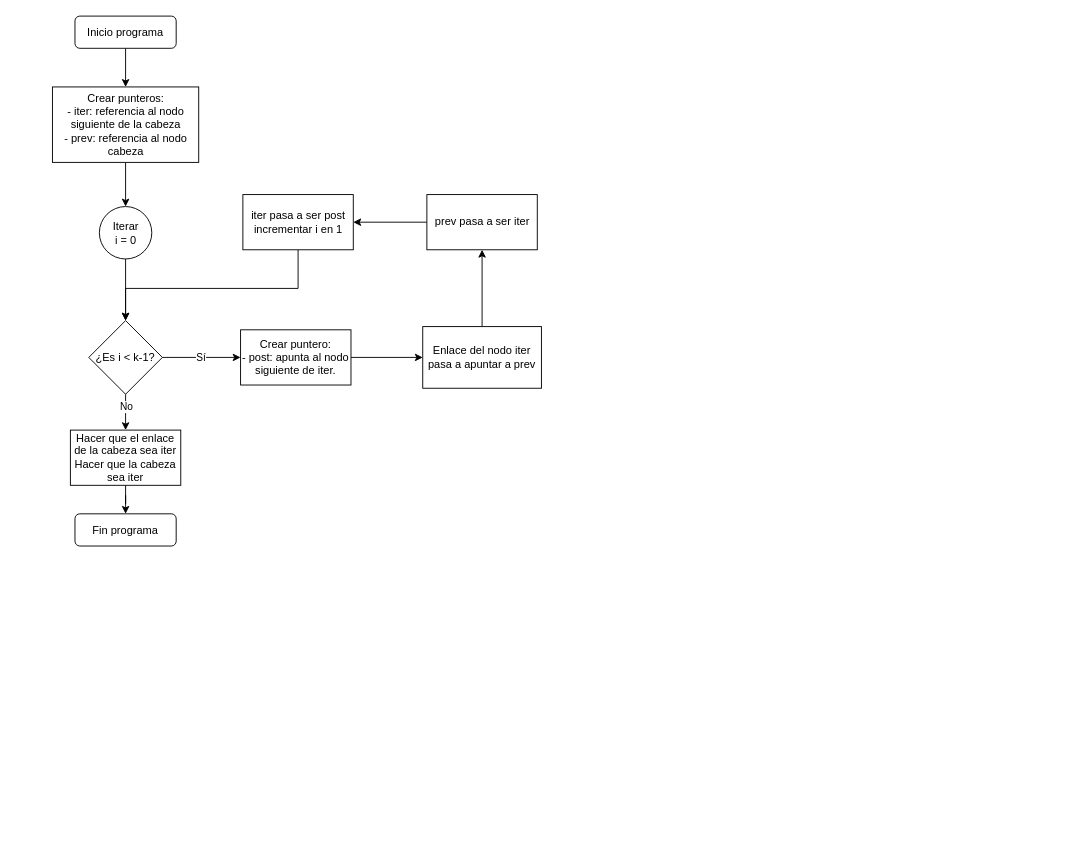
Before: Sesiones/Sesion2/Presentaciones/Lud/DiagramaDeFlujo.drawio in ProgramacionCompetitivaUTADEO/CanalYT, a draw.io diagram. Source tidied: cells renumbered, new cells numbered last; positions are measured from the earlier drawing's top-left corner, leaving out a move shared by most shapes. Both pictures are drawn from the tidied source at 92%, with x=0, y=0 at pixel (52, 16).
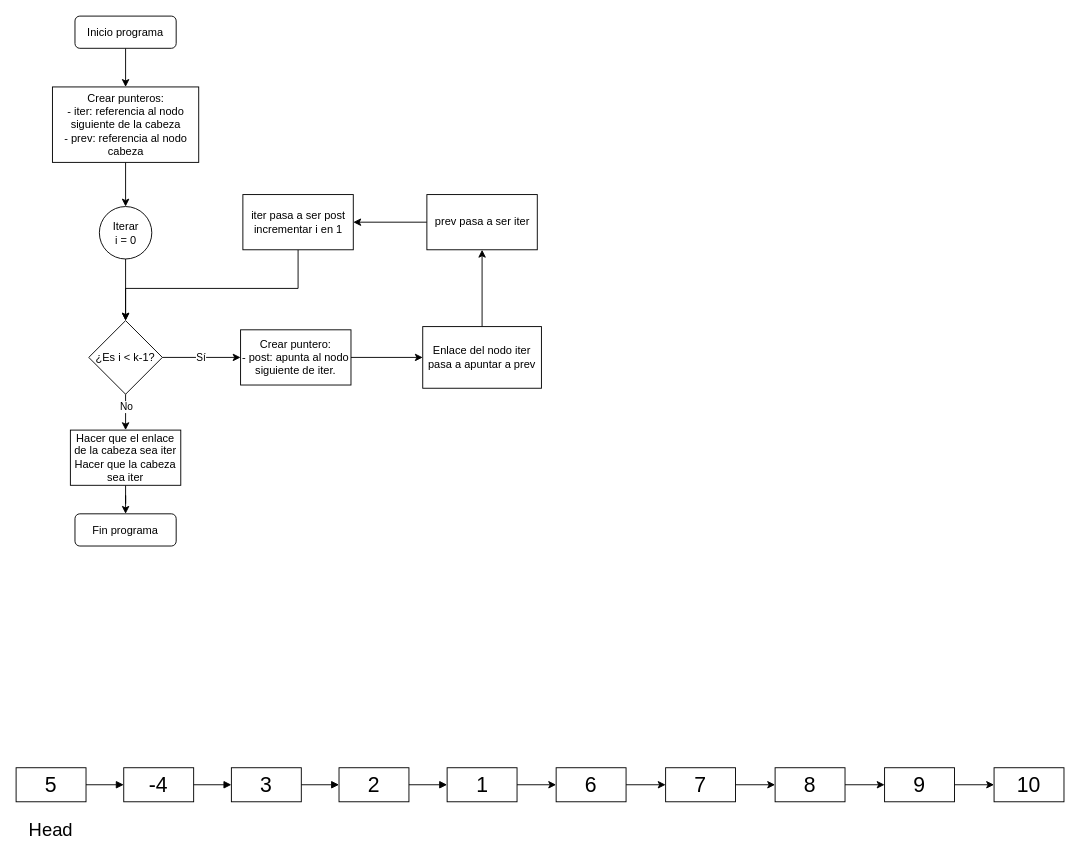
Above is the later version.

Diff of the diagram source:
```diff
@@
+    <mxCell id="24" value="5" style="rounded=0;whiteSpace=wrap;html=1;fontSize=23;" parent="1" vertex="1">
+      <mxGeometry x="-40" y="817" width="76" height="37" as="geometry" />
+    </mxCell>
+    <mxCell id="25" style="edgeStyle=orthogonalEdgeStyle;rounded=0;jettySize=auto;html=1;entryX=1;entryY=0.5;entryDx=0;entryDy=0;exitX=0;exitY=0.5;exitDx=0;exitDy=0;endArrow=none;startFill=1;startArrow=block;" parent="1" edge="1" source="26" target="24">
+      <mxGeometry relative="1" as="geometry" />
+    </mxCell>
+    <mxCell id="26" value="-4" style="rounded=0;whiteSpace=wrap;html=1;fontSize=23;" parent="1" vertex="1">
+      <mxGeometry x="77" y="817" width="76" height="37" as="geometry" />
+    </mxCell>
+    <mxCell id="27" style="edgeStyle=orthogonalEdgeStyle;rounded=0;jettySize=auto;html=1;entryX=1;entryY=0.5;entryDx=0;entryDy=0;endArrow=none;startFill=1;startArrow=block;" parent="1" edge="1" source="28" target="26">
+      <mxGeometry relative="1" as="geometry" />
+    </mxCell>
+    <mxCell id="28" value="3" style="rounded=0;whiteSpace=wrap;html=1;fontSize=23;" parent="1" vertex="1">
+      <mxGeometry x="194" y="817" width="76" height="37" as="geometry" />
+    </mxCell>
+    <mxCell id="29" style="edgeStyle=orthogonalEdgeStyle;rounded=0;jettySize=auto;html=1;entryX=1;entryY=0.5;entryDx=0;entryDy=0;startArrow=block;startFill=1;endArrow=none;" parent="1" edge="1" source="30" target="28">
+      <mxGeometry relative="1" as="geometry" />
+    </mxCell>
+    <mxCell id="30" value="2" style="rounded=0;whiteSpace=wrap;html=1;fontSize=23;" parent="1" vertex="1">
+      <mxGeometry x="311" y="817" width="76" height="37" as="geometry" />
+    </mxCell>
+    <mxCell id="31" style="edgeStyle=orthogonalEdgeStyle;rounded=0;jettySize=auto;html=1;entryX=1;entryY=0.5;entryDx=0;entryDy=0;startArrow=block;startFill=1;endArrow=none;" parent="1" edge="1" source="33" target="30">
+      <mxGeometry relative="1" as="geometry" />
+    </mxCell>
+    <mxCell id="32" style="edgeStyle=orthogonalEdgeStyle;rounded=0;jettySize=auto;html=1;" parent="1" edge="1" source="33" target="35">
+      <mxGeometry relative="1" as="geometry" />
+    </mxCell>
+    <mxCell id="33" value="1" style="rounded=0;whiteSpace=wrap;html=1;fontSize=23;" parent="1" vertex="1">
+      <mxGeometry x="428.5" y="817" width="76" height="37" as="geometry" />
+    </mxCell>
+    <mxCell id="34" style="edgeStyle=orthogonalEdgeStyle;rounded=0;jettySize=auto;html=1;" parent="1" edge="1" source="35" target="37">
+      <mxGeometry relative="1" as="geometry" />
+    </mxCell>
+    <mxCell id="35" value="6" style="rounded=0;whiteSpace=wrap;html=1;fontSize=23;" parent="1" vertex="1">
+      <mxGeometry x="547" y="817" width="76" height="37" as="geometry" />
+    </mxCell>
+    <mxCell id="36" style="edgeStyle=orthogonalEdgeStyle;rounded=0;jettySize=auto;html=1;" parent="1" edge="1" source="37" target="39">
+      <mxGeometry relative="1" as="geometry" />
+    </mxCell>
+    <mxCell id="37" value="7" style="rounded=0;whiteSpace=wrap;html=1;fontSize=23;" parent="1" vertex="1">
+      <mxGeometry x="666" y="817" width="76" height="37" as="geometry" />
+    </mxCell>
+    <mxCell id="38" style="edgeStyle=orthogonalEdgeStyle;rounded=0;jettySize=auto;html=1;" parent="1" edge="1" source="39" target="41">
+      <mxGeometry relative="1" as="geometry" />
+    </mxCell>
+    <mxCell id="39" value="8" style="rounded=0;whiteSpace=wrap;html=1;fontSize=23;" parent="1" vertex="1">
+      <mxGeometry x="785" y="817" width="76" height="37" as="geometry" />
+    </mxCell>
+    <mxCell id="40" style="edgeStyle=orthogonalEdgeStyle;rounded=0;jettySize=auto;html=1;" parent="1" edge="1" source="41" target="42">
+      <mxGeometry relative="1" as="geometry" />
+    </mxCell>
+    <mxCell id="41" value="9" style="rounded=0;whiteSpace=wrap;html=1;fontSize=23;" parent="1" vertex="1">
+      <mxGeometry x="904" y="817" width="76" height="37" as="geometry" />
+    </mxCell>
+    <mxCell id="42" value="10" style="rounded=0;whiteSpace=wrap;html=1;fontSize=23;" parent="1" vertex="1">
+      <mxGeometry x="1023" y="817" width="76" height="37" as="geometry" />
+    </mxCell>
+    <mxCell id="43" value="Head" style="text;html=1;align=center;verticalAlign=middle;whiteSpace=wrap;rounded=0;fontSize=20;" parent="1" vertex="1">
+      <mxGeometry x="-32" y="869" width="60" height="30" as="geometry" />
+    </mxCell>
```
